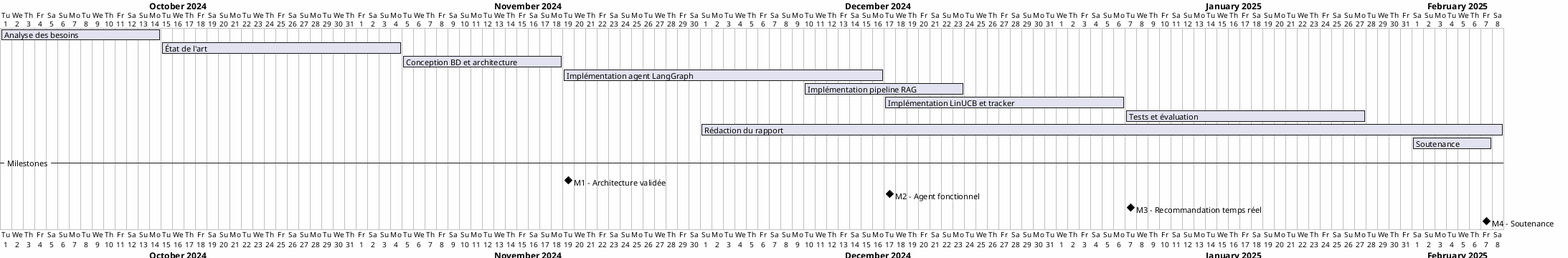
This is diagrams/fig_01_gantt.png from ahmed-addali/rapport, a PlantUML export, as it was before one commit. The source it was exported from:
```plantuml
@startgantt
skinparam backgroundColor #FEFEFE
skinparam defaultFontName "Arial"

Project starts 2024-10-01

[Analyse des besoins] starts 2024-10-01 and lasts 14 days
[État de l'art] starts 2024-10-15 and lasts 21 days
[Conception BD et architecture] starts 2024-11-05 and lasts 14 days

[Implémentation agent LangGraph] starts 2024-11-19 and lasts 28 days
[Implémentation pipeline RAG] starts 2024-12-10 and lasts 14 days
[Implémentation LinUCB et tracker] starts 2024-12-17 and lasts 21 days

[Tests et évaluation] starts 2025-01-07 and lasts 21 days
[Rédaction du rapport] starts 2024-12-01 and lasts 70 days
[Soutenance] starts 2025-02-01 and lasts 7 days

-- Milestones --
[M1 - Architecture validée] happens at 2024-11-19
[M2 - Agent fonctionnel] happens at 2024-12-17
[M3 - Recommandation temps réel] happens at 2025-01-07
[M4 - Soutenance] happens at 2025-02-07

@endgantt
```
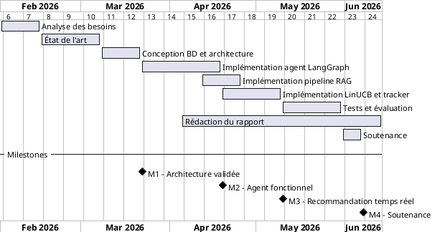
Later version of the same file.

What changed in the source:
```diff
@@ -1,25 +1,24 @@
 @startgantt
-skinparam backgroundColor #FEFEFE
-skinparam defaultFontName "Arial"
+Project starts 2026-02-01
 
-Project starts 2024-10-01
+printscale weekly
 
-[Analyse des besoins] starts 2024-10-01 and lasts 14 days
-[État de l'art] starts 2024-10-15 and lasts 21 days
-[Conception BD et architecture] starts 2024-11-05 and lasts 14 days
+[Analyse des besoins] starts 2026-02-01 and lasts 2 weeks
+[État de l'art] starts 2026-02-15 and lasts 3 weeks
+[Conception BD et architecture] starts 2026-03-08 and lasts 2 weeks
 
-[Implémentation agent LangGraph] starts 2024-11-19 and lasts 28 days
-[Implémentation pipeline RAG] starts 2024-12-10 and lasts 14 days
-[Implémentation LinUCB et tracker] starts 2024-12-17 and lasts 21 days
+[Implémentation agent LangGraph] starts 2026-03-22 and lasts 4 weeks
+[Implémentation pipeline RAG] starts 2026-04-12 and lasts 2 weeks
+[Implémentation LinUCB et tracker] starts 2026-04-19 and lasts 3 weeks
 
-[Tests et évaluation] starts 2025-01-07 and lasts 21 days
-[Rédaction du rapport] starts 2024-12-01 and lasts 70 days
-[Soutenance] starts 2025-02-01 and lasts 7 days
+[Tests et évaluation] starts 2026-05-10 and lasts 3 weeks
+[Rédaction du rapport] starts 2026-04-05 and lasts 10 weeks
+[Soutenance] starts 2026-05-31 and lasts 1 week
 
 -- Milestones --
-[M1 - Architecture validée] happens at 2024-11-19
-[M2 - Agent fonctionnel] happens at 2024-12-17
-[M3 - Recommandation temps réel] happens at 2025-01-07
-[M4 - Soutenance] happens at 2025-02-07
+[M1 - Architecture validée] happens at 2026-03-22
+[M2 - Agent fonctionnel] happens at 2026-04-19
+[M3 - Recommandation temps réel] happens at 2026-05-10
+[M4 - Soutenance] happens at 2026-06-07
 
 @endgantt
```
